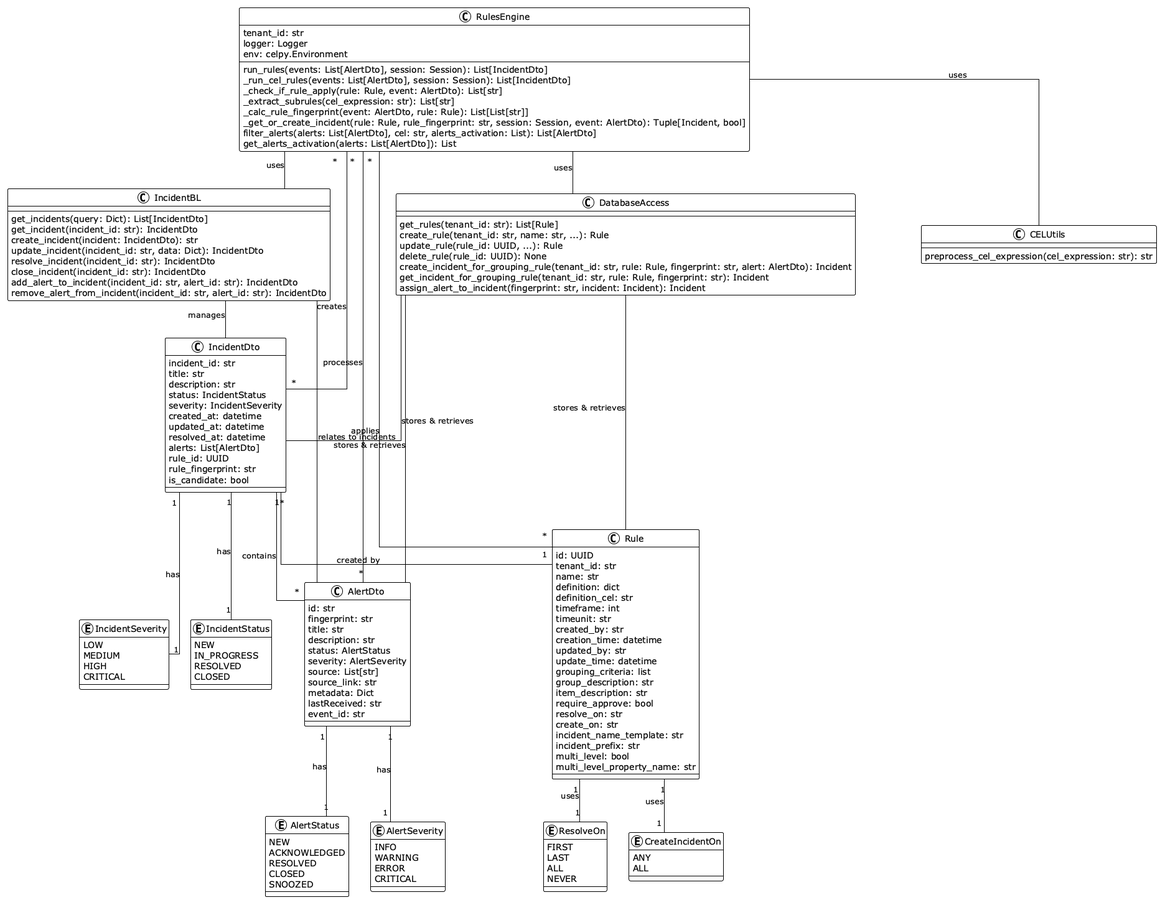
This is keep_aiops/images/correlation_class_diagram.png from michaelnguyen11/keep_docs, a PlantUML export, as it was before one commit.
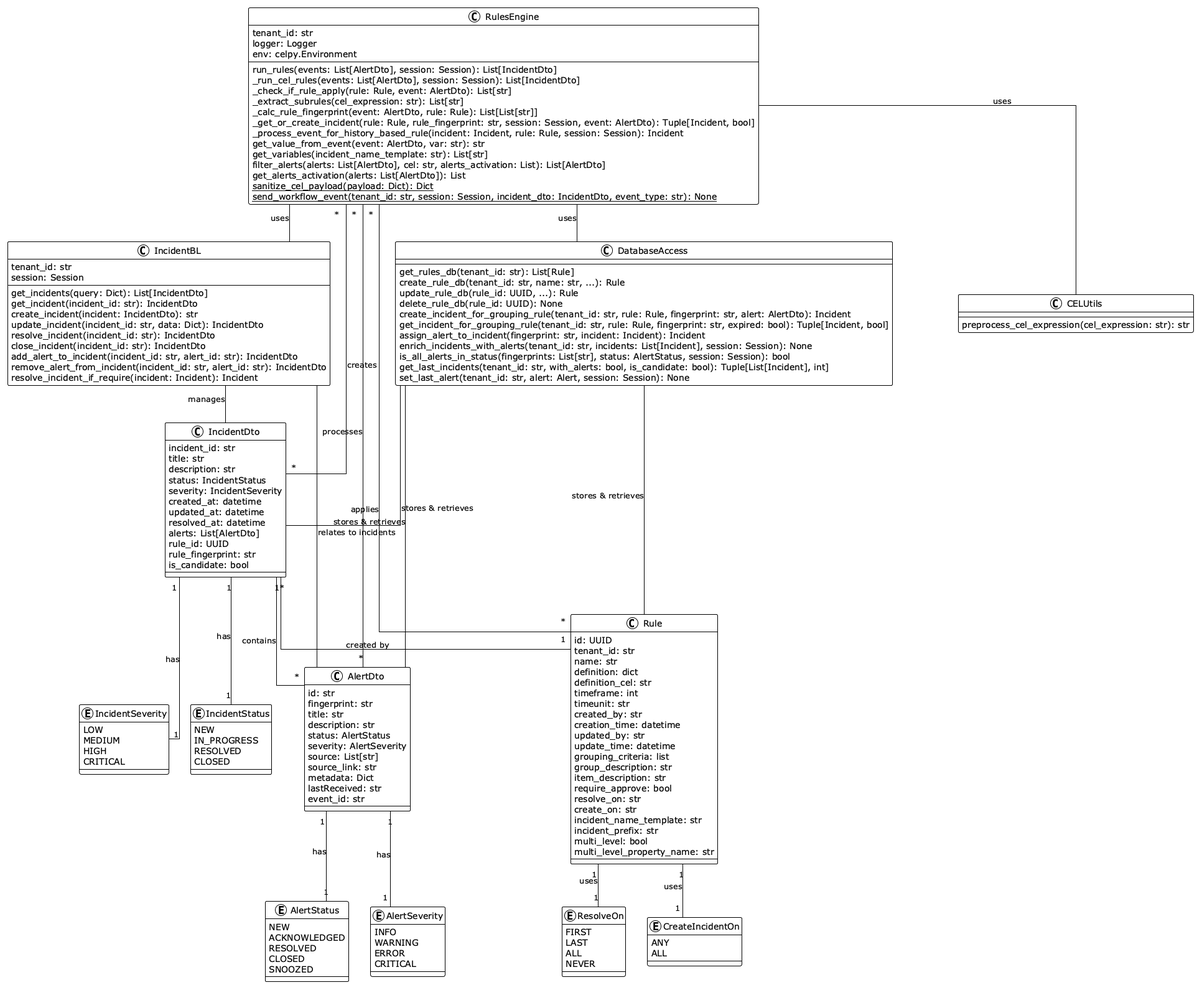
After the commit.

Change to the diagram source:
```diff
@@ -107,8 +107,13 @@
   _extract_subrules(cel_expression: str): List[str]
   _calc_rule_fingerprint(event: AlertDto, rule: Rule): List[List[str]]
   _get_or_create_incident(rule: Rule, rule_fingerprint: str, session: Session, event: AlertDto): Tuple[Incident, bool]
+  _process_event_for_history_based_rule(incident: Incident, rule: Rule, session: Session): Incident
+  get_value_from_event(event: AlertDto, var: str): str
+  get_variables(incident_name_template: str): List[str]
   filter_alerts(alerts: List[AlertDto], cel: str, alerts_activation: List): List[AlertDto]
   get_alerts_activation(alerts: List[AlertDto]): List
+  {static} sanitize_cel_payload(payload: Dict): Dict
+  {static} send_workflow_event(tenant_id: str, session: Session, incident_dto: IncidentDto, event_type: str): None
 }
 
 class CELUtils {
@@ -116,16 +121,23 @@
 }
 
 class DatabaseAccess {
-  get_rules(tenant_id: str): List[Rule]
-  create_rule(tenant_id: str, name: str, ...): Rule
-  update_rule(rule_id: UUID, ...): Rule
-  delete_rule(rule_id: UUID): None
+  get_rules_db(tenant_id: str): List[Rule]
+  create_rule_db(tenant_id: str, name: str, ...): Rule
+  update_rule_db(rule_id: UUID, ...): Rule
+  delete_rule_db(rule_id: UUID): None
   create_incident_for_grouping_rule(tenant_id: str, rule: Rule, fingerprint: str, alert: AlertDto): Incident
-  get_incident_for_grouping_rule(tenant_id: str, rule: Rule, fingerprint: str): Incident
+  get_incident_for_grouping_rule(tenant_id: str, rule: Rule, fingerprint: str, expired: bool): Tuple[Incident, bool]
   assign_alert_to_incident(fingerprint: str, incident: Incident): Incident
+  enrich_incidents_with_alerts(tenant_id: str, incidents: List[Incident], session: Session): None
+  is_all_alerts_in_status(fingerprints: List[str], status: AlertStatus, session: Session): bool
+  get_last_incidents(tenant_id: str, with_alerts: bool, is_candidate: bool): Tuple[List[Incident], int]
+  set_last_alert(tenant_id: str, alert: Alert, session: Session): None
 }
 
 class IncidentBL {
+  tenant_id: str
+  session: Session
+
   get_incidents(query: Dict): List[IncidentDto]
   get_incident(incident_id: str): IncidentDto
   create_incident(incident: IncidentDto): str
@@ -134,6 +146,7 @@
   close_incident(incident_id: str): IncidentDto
   add_alert_to_incident(incident_id: str, alert_id: str): IncidentDto
   remove_alert_from_incident(incident_id: str, alert_id: str): IncidentDto
+  resolve_incident_if_require(incident: Incident): Incident
 }
 
 Rule "1" -- "1" ResolveOn: "uses"
```
